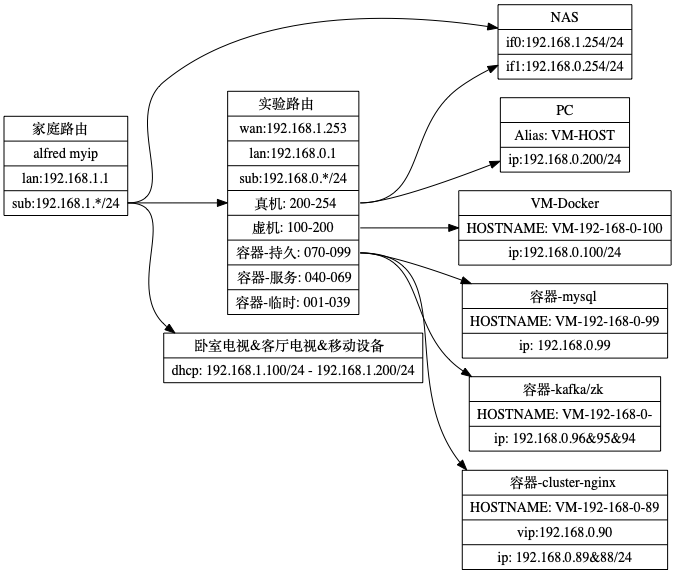
This is docs/lab.network.png from QunixHacker/dockerfiles, a Graphviz export, as it was before one commit. Its source is kept beside it as docs/lab.network.dot.
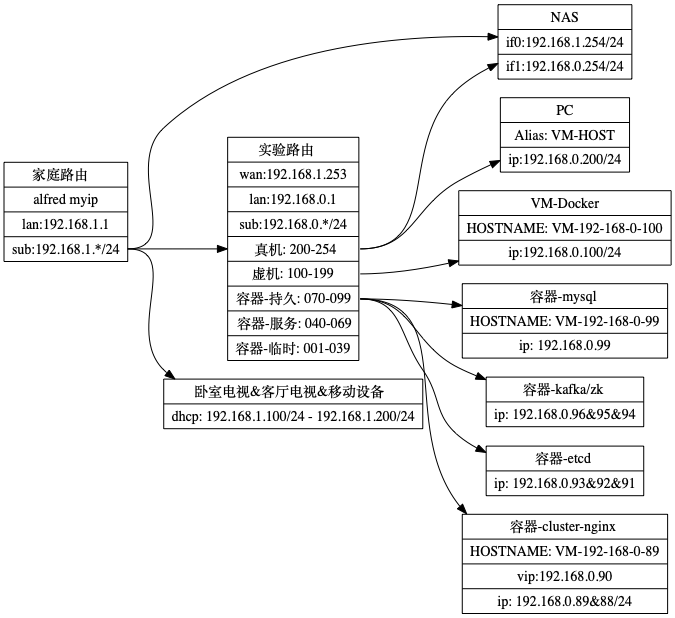
The same file after the commit.

The edit, as a diff of the source:
```diff
@@ -14,11 +14,12 @@
 	"VM-DOCKER"[label="VM-Docker|HOSTNAME: VM-192-168-0-100 |<ip> ip:192.168.0.100/24"]
 	# 子网-容器
 	"容器-mysql"[label="容器-mysql|HOSTNAME: VM-192-168-0-99 |<ip> ip: 192.168.0.99"]
-	"容器-cluster-kafka"[label="容器-kafka/zk|HOSTNAME: VM-192-168-0- |<ip> ip: 192.168.0.96&95&94"]
+	"容器-cluster-kafka"[label="容器-kafka/zk|<ip> ip: 192.168.0.96&95&94"]
+	"容器-cluster-etcd"[label="容器-etcd|<ip> ip: 192.168.0.93&92&91"]
 	"容器-cluster-nginx"[label="容器-cluster-nginx|HOSTNAME: VM-192-168-0-89 |<vip> vip:192.168.0.90 |<ip> ip: 192.168.0.89&88/24"]
 
 	"家庭路由":ip_range -> {"实验路由":ip_wan, "NAS":ip_1, "家庭-移动设备"}
 	"实验路由":PM -> {"NAS":ip_2, "PC":ip}
 	"实验路由":VM -> {"VM-DOCKER":ip}
-	"实验路由":DCP -> {"容器-mysql":ip, "容器-cluster-nginx":ip, "容器-cluster-kafka":ip}
+	"实验路由":DCP -> {"容器-mysql":ip, "容器-cluster-nginx":ip, "容器-cluster-kafka":ip, "容器-cluster-etcd"}
 }
```
